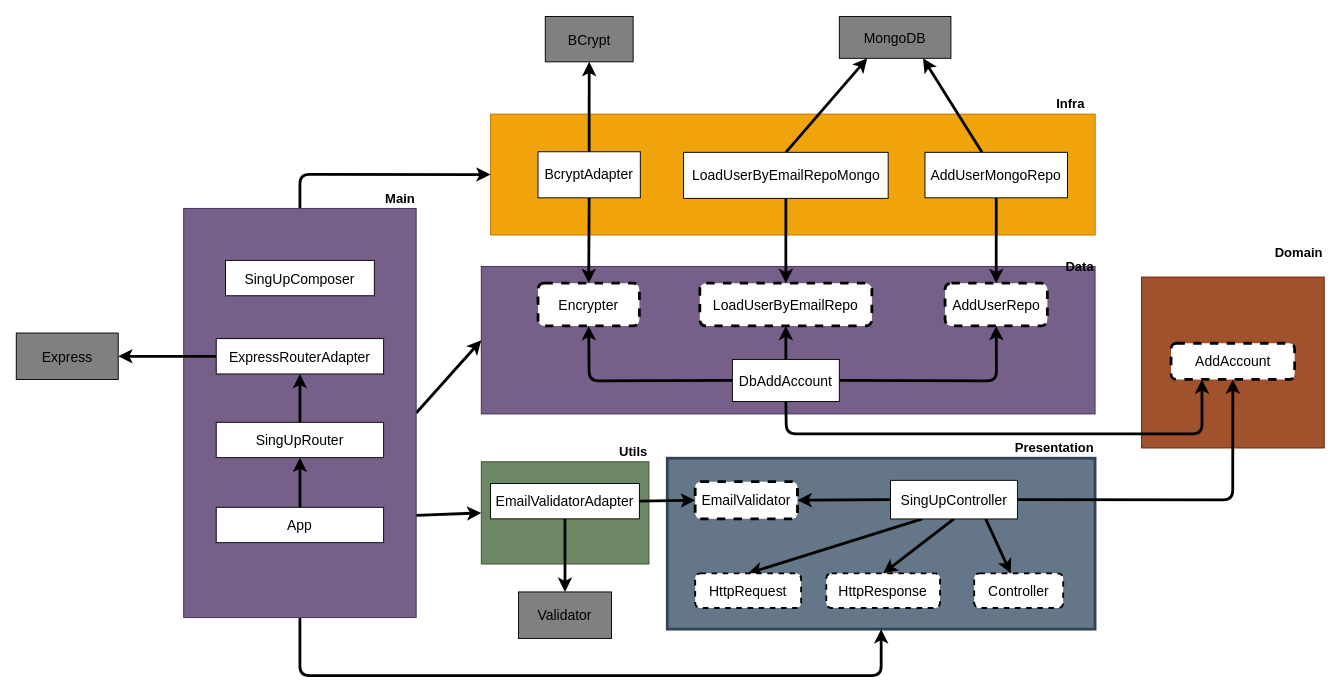
Above: clean-node-api.drawio in jhonyaltoe/course-tdd (draw.io), before the change. Source tidied: cells renumbered, new cells numbered last; positions are measured from the earlier drawing's top-left corner, leaving out a move shared by most shapes. Both pictures are drawn from the tidied source at 93%, with x=0, y=0 at pixel (16, 16).
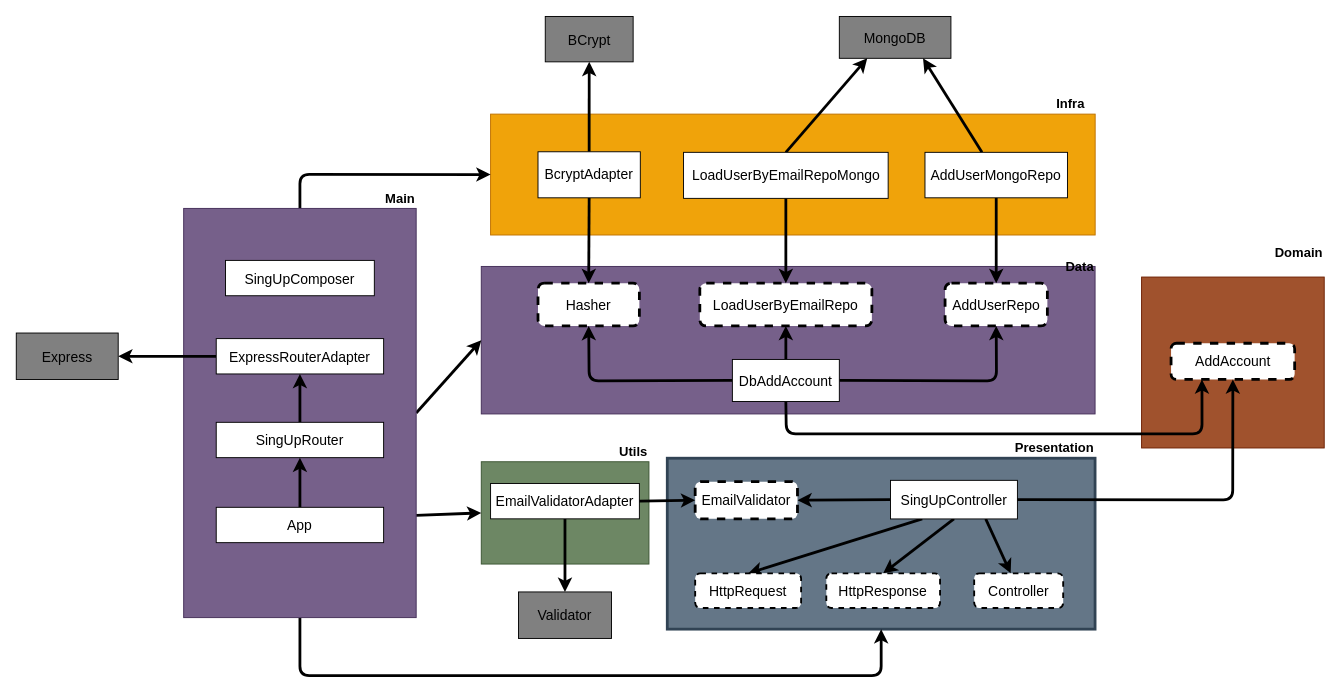
The same page after the edit.

Commit message (it also covers changes not shown here):
refactor: :recycle: rename Encrypter to Hasher

The edit, as a diff of the source:
```diff
@@
-    <mxCell id="36" value="Encrypter" style="rounded=1;whiteSpace=wrap;html=1;dashed=1;fontSize=15;fillColor=#FFFFFF;fontColor=#000000;strokeColor=#000000;strokeWidth=3;" parent="1" vertex="1">
+    <mxCell id="36" value="Hasher" style="rounded=1;whiteSpace=wrap;html=1;dashed=1;fontSize=15;fillColor=#FFFFFF;fontColor=#000000;strokeColor=#000000;strokeWidth=3;" parent="1" vertex="1">
       <mxGeometry x="561" y="287" width="109" height="46" as="geometry" />
     </mxCell>
```
